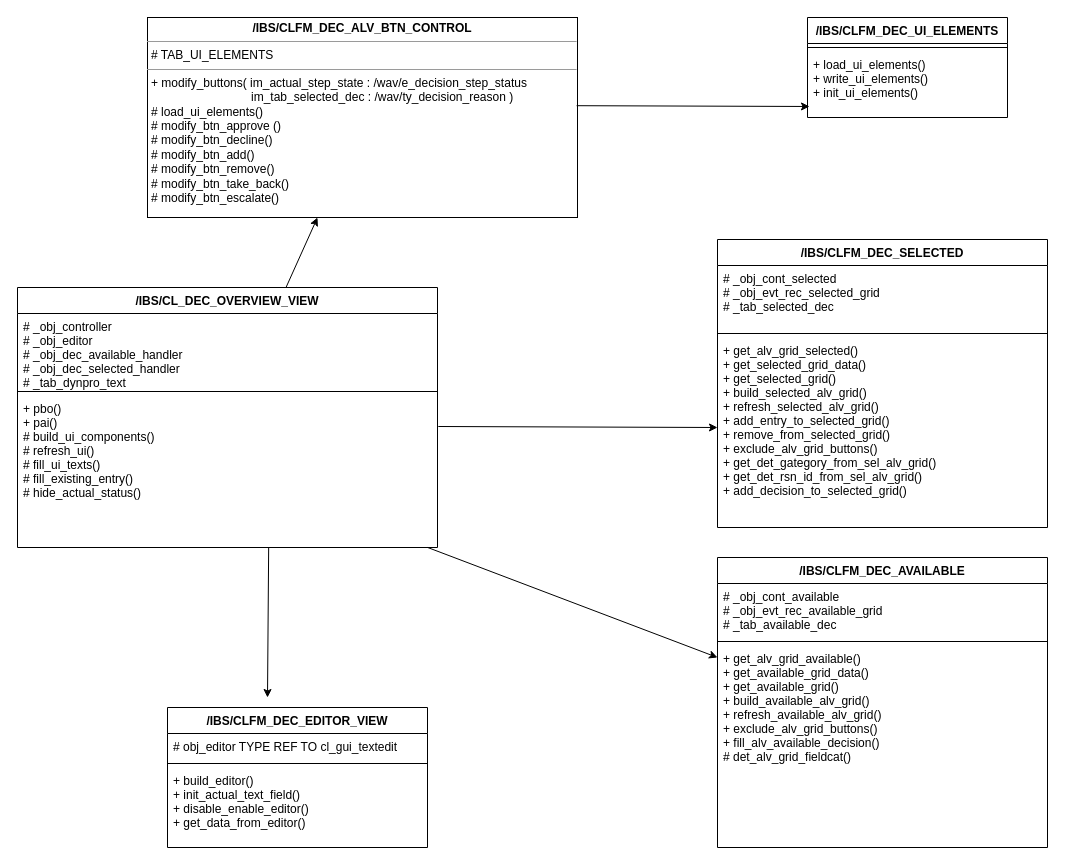
The draw.io diagram Untitled Diagram (4).drawio in osarisky/bla, before the edit. Source tidied: cells renumbered, new cells numbered last; positions are measured from the earlier drawing's top-left corner, leaving out a move shared by most shapes. Both pictures are drawn from the tidied source at 100%, with x=0, y=0 at pixel (17, 17).
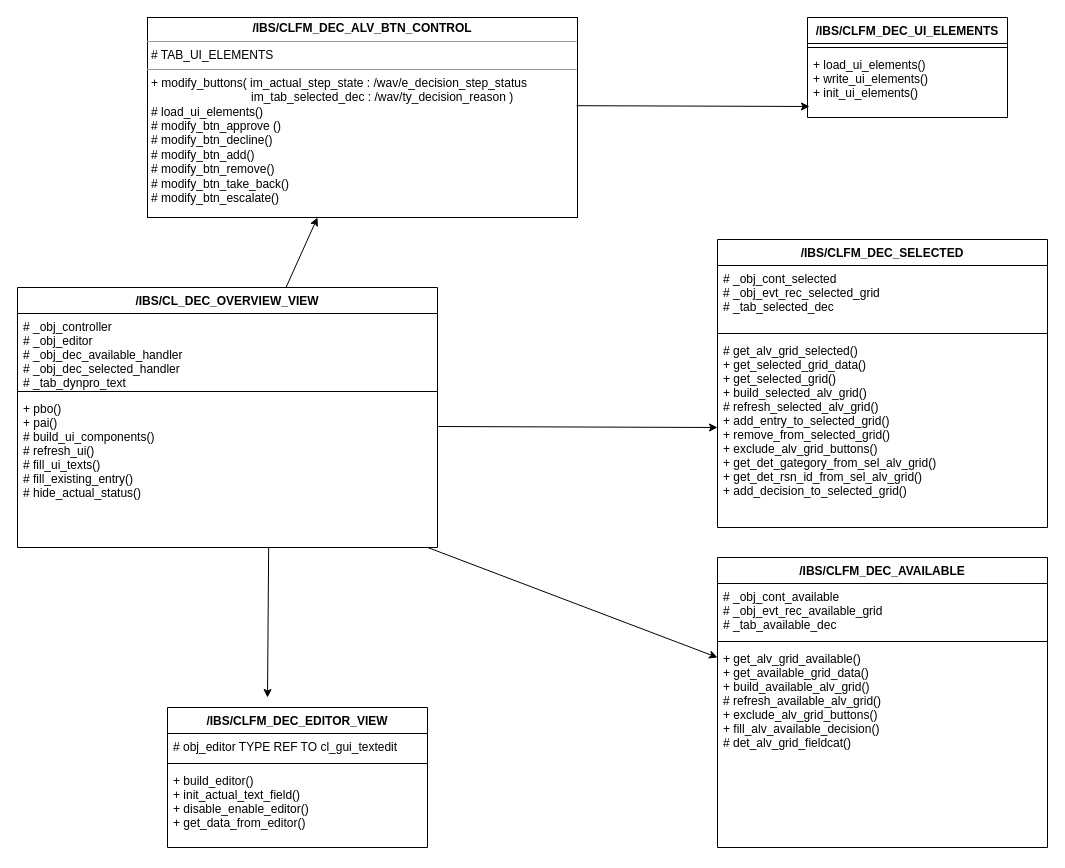
The same page after the edit.

The change refers to these unchanged cells:
```xml
<mxCell id="7" value="/IBS/CLFM_DEC_AVAILABLE" style="swimlane;fontStyle=1;align=center;verticalAlign=top;horizontal=1;startSize=26;" parent="1" vertex="1">
  <mxGeometry x="700" y="540" width="330" height="290" as="geometry" />
</mxCell>
<mxCell id="14" value="/IBS/CLFM_DEC_SELECTED" style="swimlane;fontStyle=1;align=center;verticalAlign=top;horizontal=1;startSize=26;" parent="1" vertex="1">
  <mxGeometry x="700" y="222" width="330" height="288" as="geometry" />
</mxCell>
```

Diff of the diagram source:
```diff
@@
-    <mxCell id="10" value="+ get_alv_grid_available()&#10;+ get_available_grid_data()&#10;+ get_available_grid()&#10;+ build_available_alv_grid()&#10;+ refresh_available_alv_grid()&#10;+ exclude_alv_grid_buttons()&#10;+ fill_alv_available_decision()&#10;# det_alv_grid_fieldcat()&#10;&#10;" style="text;strokeColor=none;fillColor=none;align=left;verticalAlign=top;spacingLeft=4;spacingRight=4;overflow=hidden;" parent="7" vertex="1">
+    <mxCell id="10" value="+ get_alv_grid_available()&#10;+ get_available_grid_data()&#10;+ build_available_alv_grid()&#10;# refresh_available_alv_grid()&#10;+ exclude_alv_grid_buttons()&#10;+ fill_alv_available_decision()&#10;# det_alv_grid_fieldcat()&#10;&#10;" style="text;strokeColor=none;fillColor=none;align=left;verticalAlign=top;spacingLeft=4;spacingRight=4;overflow=hidden;" parent="7" vertex="1">
       <mxGeometry y="88" width="330" height="202" as="geometry" />
     </mxCell>
@@
-    <mxCell id="17" value="+ get_alv_grid_selected()&#10;+ get_selected_grid_data()&#10;+ get_selected_grid()&#10;+ build_selected_alv_grid()&#10;+ refresh_selected_alv_grid()&#10;+ add_entry_to_selected_grid()&#10;+ remove_from_selected_grid()&#10;+ exclude_alv_grid_buttons()&#10;+ get_det_gategory_from_sel_alv_grid()&#10;+ get_det_rsn_id_from_sel_alv_grid()&#10;+ add_decision_to_selected_grid()&#10;" style="text;strokeColor=none;fillColor=none;align=left;verticalAlign=top;spacingLeft=4;spacingRight=4;overflow=hidden;" parent="14" vertex="1">
+    <mxCell id="17" value="# get_alv_grid_selected()&#10;+ get_selected_grid_data()&#10;+ get_selected_grid()&#10;+ build_selected_alv_grid()&#10;# refresh_selected_alv_grid()&#10;+ add_entry_to_selected_grid()&#10;+ remove_from_selected_grid()&#10;+ exclude_alv_grid_buttons()&#10;+ get_det_gategory_from_sel_alv_grid()&#10;+ get_det_rsn_id_from_sel_alv_grid()&#10;+ add_decision_to_selected_grid()&#10;" style="text;strokeColor=none;fillColor=none;align=left;verticalAlign=top;spacingLeft=4;spacingRight=4;overflow=hidden;" parent="14" vertex="1">
       <mxGeometry y="98" width="330" height="190" as="geometry" />
     </mxCell>
```
